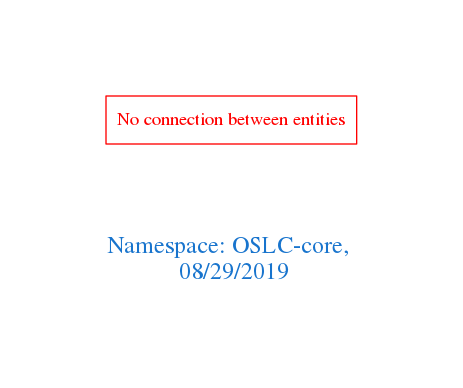
Before: downloads/OSLC-core.png, a diagram exported from Graphviz (arago/OGIT). Its source is kept beside it as downloads/OSLC-core.dot.
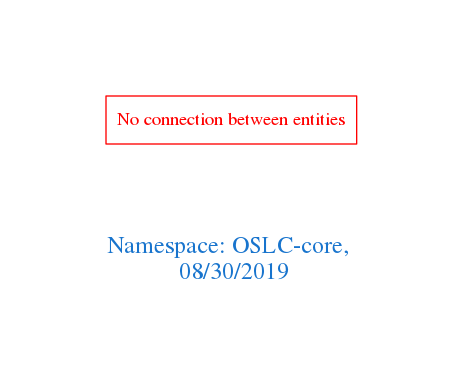
After the change.

The edit, as a diff of the source:
```diff
@@ -1,7 +1,7 @@
 digraph OGIT_ontology {
  graph [ rankdir= LR,pad=1
 fontsize = 18,
-fontcolor= dodgerblue3,label = "\n\n\nNamespace: OSLC-core, \n 08/29/2019"];
+fontcolor= dodgerblue3,label = "\n\n\nNamespace: OSLC-core, \n 08/30/2019"];
 node[shape=polygon];
 edge [  color="gray81"];
 
```
